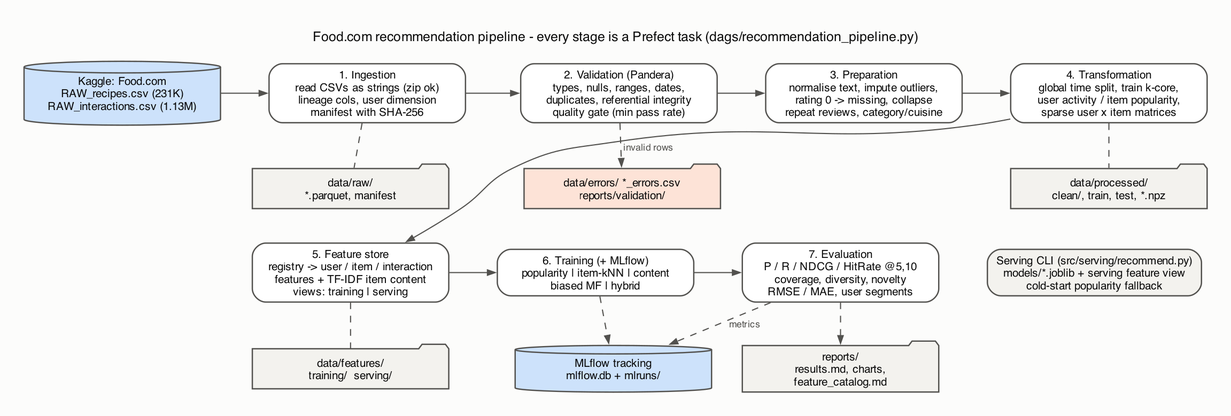
The Graphviz diagram reports/figures/architecture.png in 2025ag05572-gif/bitsdm4mlas2, before a commit. Its source is kept beside it as reports/figures/architecture.dot.
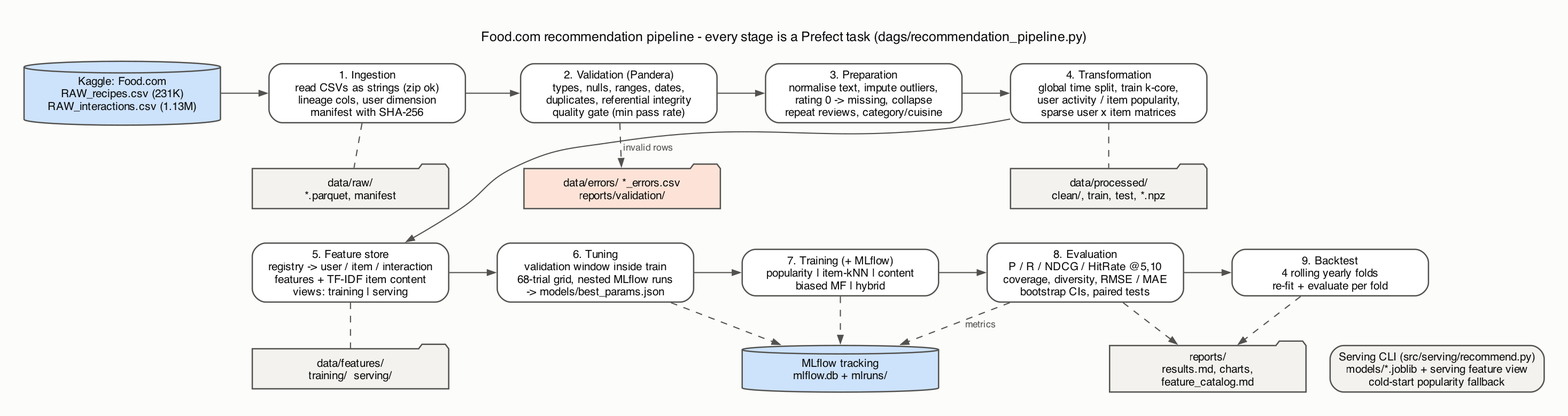
After the commit.

Change to the diagram source:
```diff
@@ -11,8 +11,10 @@
   transform[label="4. Transformation\nglobal time split, train k-core,\nuser activity / item popularity,\nsparse user x item matrices"];
 
   features [label="5. Feature store\nregistry -> user / item / interaction\nfeatures + TF-IDF item content\nviews: training | serving"];
-  train    [label="6. Training (+ MLflow)\npopularity | item-kNN | content\nbiased MF | hybrid"];
-  evaluate [label="7. Evaluation\nP / R / NDCG / HitRate @5,10\ncoverage, diversity, novelty\nRMSE / MAE, user segments"];
+  tune     [label="6. Tuning\nvalidation window inside train\n68-trial grid, nested MLflow runs\n-> models/best_params.json"];
+  train    [label="7. Training (+ MLflow)\npopularity | item-kNN | content\nbiased MF | hybrid"];
+  evaluate [label="8. Evaluation\nP / R / NDCG / HitRate @5,10\ncoverage, diversity, RMSE / MAE\nbootstrap CIs, paired tests"];
+  backtest [label="9. Backtest\n4 rolling yearly folds\nre-fit + evaluate per fold"];
   serve    [label="Serving CLI (src/serving/recommend.py)\nmodels/*.joblib + serving feature view\ncold-start popularity fallback", fillcolor="#f3f2ee"];
 
   raw      [label="data/raw/\n*.parquet, manifest", shape=folder, fillcolor="#f3f2ee"];
@@ -24,12 +26,12 @@
 
   {rank=same; src; ingest; validate; prepare; transform;}
   {rank=same; raw; errors; proc;}
-  {rank=same; features; train; evaluate; serve;}
-  {rank=same; fstore; mlflow; reports;}
+  {rank=same; features; tune; train; evaluate; backtest;}
+  {rank=same; fstore; mlflow; reports; serve;}
 
   src -> ingest -> validate -> prepare -> transform;
   transform -> features [constraint=false];
-  features -> train -> evaluate;
+  features -> tune -> train -> evaluate -> backtest;
   ingest -> raw [style=dashed, arrowhead=none];
   validate -> errors [style=dashed, label=" invalid rows"];
   transform -> proc [style=dashed, arrowhead=none];
@@ -38,5 +40,6 @@
   train -> mlflow [style=dashed];
   evaluate -> mlflow [style=dashed, label=" metrics"];
   evaluate -> reports [style=dashed];
-  evaluate -> serve [style=invis];
+  backtest -> reports [style=dashed];
+  tune -> mlflow [style=dashed];
 }
```
